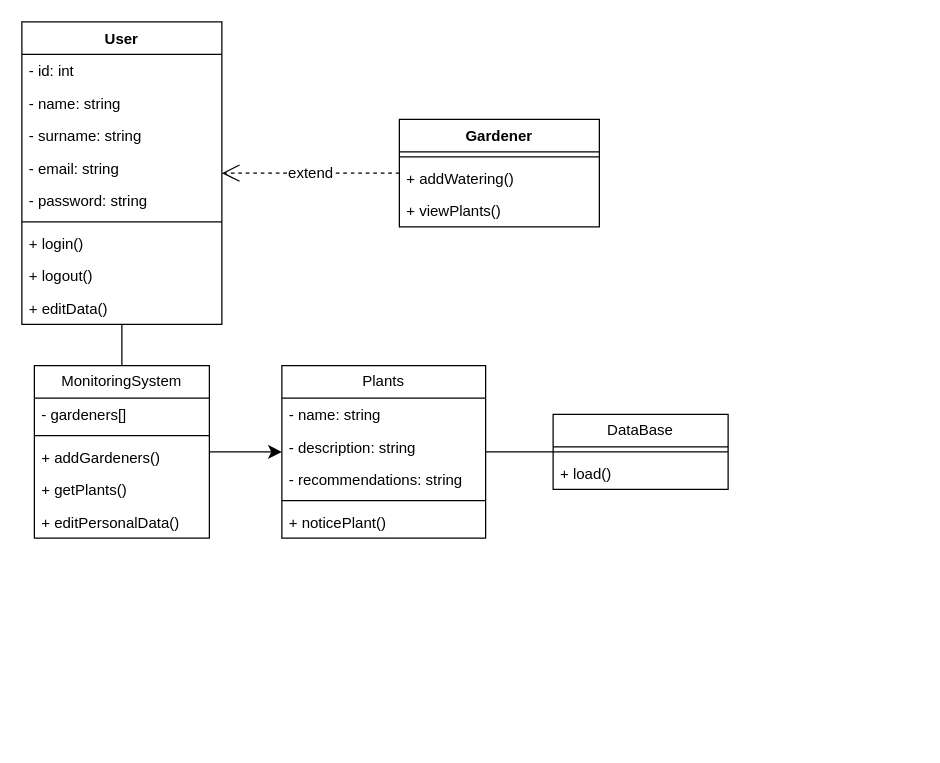
BLOODPR1NCE/PlantDoctor keeps this draw.io diagram as UML-диаграммы/Classi.drawio. Above is the earlier version. Source tidied: cells renumbered, new cells numbered last; positions are measured from the earlier drawing's top-left corner, leaving out a move shared by most shapes. Both pictures are drawn from the tidied source at 125%, with x=0, y=0 at pixel (21, 21).
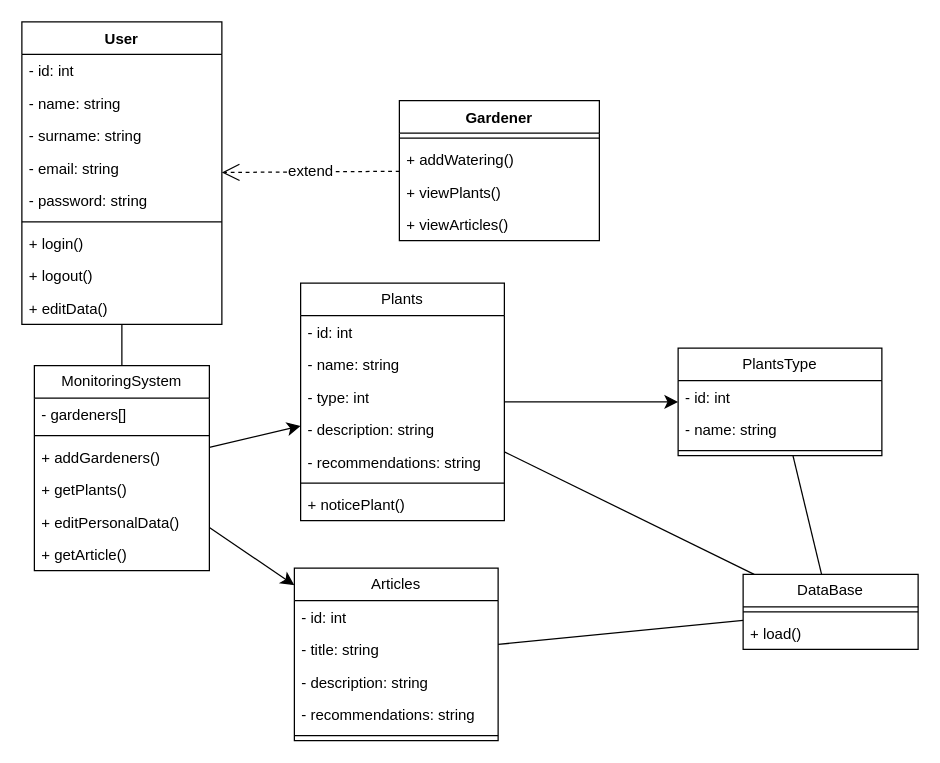
After the change.

Change to the diagram source:
```diff
@@
     <mxCell id="3" value="Gardener" style="swimlane;fontStyle=1;align=center;verticalAlign=top;horizontal=1;startSize=26;whiteSpace=wrap;html=1;fontFamily=Helvetica;fontSize=12;fontColor=default;labelBackgroundColor=default;" parent="1" vertex="1">
-      <mxGeometry x="302" y="78" width="160" height="86" as="geometry" />
+      <mxGeometry x="302" y="63" width="160" height="112" as="geometry" />
     </mxCell>
@@
+    <mxCell id="35" value="+ viewArticles()" style="text;strokeColor=none;fillColor=none;align=left;verticalAlign=top;spacingLeft=4;spacingRight=4;overflow=hidden;whiteSpace=wrap;html=1;fontFamily=Helvetica;fontSize=12;fontColor=default;labelBackgroundColor=default;" parent="3" vertex="1">
+      <mxGeometry y="86" width="160" height="26" as="geometry" />
+    </mxCell>
@@
     <mxCell id="8" value="MonitoringSystem" style="swimlane;fontStyle=0;horizontal=1;startSize=26;fillColor=none;whiteSpace=wrap;html=1;fontFamily=Helvetica;fontSize=12;fontColor=default;labelBackgroundColor=default;" parent="1" vertex="1">
-      <mxGeometry x="10" y="275" width="140" height="138" as="geometry" />
+      <mxGeometry x="10" y="275" width="140" height="164" as="geometry" />
     </mxCell>
@@
+    <mxCell id="36" value="+ getArticle()" style="text;strokeColor=none;fillColor=none;align=left;verticalAlign=top;spacingLeft=4;spacingRight=4;overflow=hidden;whiteSpace=wrap;html=1;fontFamily=Helvetica;fontSize=12;fontColor=default;labelBackgroundColor=default;" parent="8" vertex="1">
+      <mxGeometry y="138" width="140" height="26" as="geometry" />
+    </mxCell>
     <mxCell id="14" value="DataBase" style="swimlane;fontStyle=0;horizontal=1;startSize=26;fillColor=none;whiteSpace=wrap;html=1;fontFamily=Helvetica;fontSize=12;fontColor=default;labelBackgroundColor=default;" parent="1" vertex="1">
-      <mxGeometry x="425" y="314" width="140" height="60" as="geometry" />
+      <mxGeometry x="577" y="442" width="140" height="60" as="geometry" />
     </mxCell>
@@
-    <mxCell id="17" style="edgeStyle=none;shape=connector;curved=1;rounded=0;jettySize=auto;html=1;strokeColor=default;align=center;verticalAlign=middle;fontFamily=Helvetica;fontSize=12;fontColor=default;labelBackgroundColor=default;startFill=0;startSize=8;endArrow=none;endSize=8;" parent="1" edge="1" source="18" target="14">
-      <mxGeometry relative="1" as="geometry" />
-    </mxCell>
     <mxCell id="18" value="Plants" style="swimlane;fontStyle=0;horizontal=1;startSize=26;fillColor=none;whiteSpace=wrap;html=1;fontFamily=Helvetica;fontSize=12;fontColor=default;labelBackgroundColor=default;" parent="1" vertex="1">
-      <mxGeometry x="208" y="275" width="163" height="138" as="geometry" />
+      <mxGeometry x="223" y="209" width="163" height="190" as="geometry" />
     </mxCell>
+    <mxCell id="37" value="- id: int" style="text;strokeColor=none;fillColor=none;align=left;verticalAlign=top;spacingLeft=4;spacingRight=4;overflow=hidden;whiteSpace=wrap;html=1;fontFamily=Helvetica;fontSize=12;fontColor=default;labelBackgroundColor=default;" parent="18" vertex="1">
+      <mxGeometry y="26" width="163" height="26" as="geometry" />
+    </mxCell>
     <mxCell id="19" value="- name: string" style="text;strokeColor=none;fillColor=none;align=left;verticalAlign=top;spacingLeft=4;spacingRight=4;overflow=hidden;whiteSpace=wrap;html=1;fontFamily=Helvetica;fontSize=12;fontColor=default;labelBackgroundColor=default;" parent="18" vertex="1">
-      <mxGeometry y="26" width="163" height="26" as="geometry" />
+      <mxGeometry y="52" width="163" height="26" as="geometry" />
     </mxCell>
+    <mxCell id="38" value="- type: int" style="text;strokeColor=none;fillColor=none;align=left;verticalAlign=top;spacingLeft=4;spacingRight=4;overflow=hidden;whiteSpace=wrap;html=1;fontFamily=Helvetica;fontSize=12;fontColor=default;labelBackgroundColor=default;" parent="18" vertex="1">
+      <mxGeometry y="78" width="163" height="26" as="geometry" />
+    </mxCell>
     <mxCell id="20" value="- description: string" style="text;strokeColor=none;fillColor=none;align=left;verticalAlign=top;spacingLeft=4;spacingRight=4;overflow=hidden;whiteSpace=wrap;html=1;fontFamily=Helvetica;fontSize=12;fontColor=default;labelBackgroundColor=default;" parent="18" vertex="1">
-      <mxGeometry y="52" width="163" height="26" as="geometry" />
+      <mxGeometry y="104" width="163" height="26" as="geometry" />
     </mxCell>
     <mxCell id="21" value="- recommendations: string" style="text;strokeColor=none;fillColor=none;align=left;verticalAlign=top;spacingLeft=4;spacingRight=4;overflow=hidden;whiteSpace=wrap;html=1;fontFamily=Helvetica;fontSize=12;fontColor=default;labelBackgroundColor=default;" parent="18" vertex="1">
-      <mxGeometry y="78" width="163" height="26" as="geometry" />
+      <mxGeometry y="130" width="163" height="26" as="geometry" />
     </mxCell>
     <mxCell id="22" style="line;strokeWidth=1;fillColor=none;align=left;verticalAlign=middle;spacingTop=-1;spacingLeft=3;spacingRight=3;labelPosition=right;strokeColor=inherit;fontFamily=Helvetica;fontSize=12;fontColor=default;labelBackgroundColor=default;" parent="18" vertex="1">
-      <mxGeometry y="104" width="163" height="8" as="geometry" />
+      <mxGeometry y="156" width="163" height="8" as="geometry" />
     </mxCell>
     <mxCell id="23" value="+ noticePlant()" style="text;strokeColor=none;fillColor=none;align=left;verticalAlign=top;spacingLeft=4;spacingRight=4;overflow=hidden;whiteSpace=wrap;html=1;fontFamily=Helvetica;fontSize=12;fontColor=default;labelBackgroundColor=default;" parent="18" vertex="1">
-      <mxGeometry y="112" width="163" height="26" as="geometry" />
+      <mxGeometry y="164" width="163" height="26" as="geometry" />
     </mxCell>
@@
+    <mxCell id="39" value="Articles" style="swimlane;fontStyle=0;horizontal=1;startSize=26;fillColor=none;whiteSpace=wrap;html=1;fontFamily=Helvetica;fontSize=12;fontColor=default;labelBackgroundColor=default;" parent="1" vertex="1">
+      <mxGeometry x="218" y="437" width="163" height="138" as="geometry" />
+    </mxCell>
+    <mxCell id="40" value="- id: int" style="text;strokeColor=none;fillColor=none;align=left;verticalAlign=top;spacingLeft=4;spacingRight=4;overflow=hidden;whiteSpace=wrap;html=1;fontFamily=Helvetica;fontSize=12;fontColor=default;labelBackgroundColor=default;" parent="39" vertex="1">
+      <mxGeometry y="26" width="163" height="26" as="geometry" />
+    </mxCell>
+    <mxCell id="41" value="- title: string" style="text;strokeColor=none;fillColor=none;align=left;verticalAlign=top;spacingLeft=4;spacingRight=4;overflow=hidden;whiteSpace=wrap;html=1;fontFamily=Helvetica;fontSize=12;fontColor=default;labelBackgroundColor=default;" parent="39" vertex="1">
+      <mxGeometry y="52" width="163" height="26" as="geometry" />
+    </mxCell>
+    <mxCell id="42" value="- description: string" style="text;strokeColor=none;fillColor=none;align=left;verticalAlign=top;spacingLeft=4;spacingRight=4;overflow=hidden;whiteSpace=wrap;html=1;fontFamily=Helvetica;fontSize=12;fontColor=default;labelBackgroundColor=default;" parent="39" vertex="1">
+      <mxGeometry y="78" width="163" height="26" as="geometry" />
+    </mxCell>
+    <mxCell id="43" value="- recommendations: string" style="text;strokeColor=none;fillColor=none;align=left;verticalAlign=top;spacingLeft=4;spacingRight=4;overflow=hidden;whiteSpace=wrap;html=1;fontFamily=Helvetica;fontSize=12;fontColor=default;labelBackgroundColor=default;" parent="39" vertex="1">
+      <mxGeometry y="104" width="163" height="26" as="geometry" />
+    </mxCell>
+    <mxCell id="44" style="line;strokeWidth=1;fillColor=none;align=left;verticalAlign=middle;spacingTop=-1;spacingLeft=3;spacingRight=3;labelPosition=right;strokeColor=inherit;fontFamily=Helvetica;fontSize=12;fontColor=default;labelBackgroundColor=default;" parent="39" vertex="1">
+      <mxGeometry y="130" width="163" height="8" as="geometry" />
+    </mxCell>
+    <mxCell id="45" style="shape=connector;rounded=0;jettySize=auto;html=1;strokeColor=default;align=center;verticalAlign=middle;fontFamily=Helvetica;fontSize=12;fontColor=default;labelBackgroundColor=default;startFill=0;startSize=8;endArrow=classic;endSize=8;endFill=1;" parent="1" edge="1" source="8" target="39">
+      <mxGeometry relative="1" as="geometry" />
+    </mxCell>
+    <mxCell id="46" style="edgeStyle=none;shape=connector;curved=1;rounded=0;jettySize=auto;html=1;strokeColor=default;align=center;verticalAlign=middle;fontFamily=Helvetica;fontSize=12;fontColor=default;labelBackgroundColor=default;startFill=0;startSize=8;endArrow=none;endSize=8;" parent="1" edge="1" source="39" target="14">
+      <mxGeometry relative="1" as="geometry" />
+    </mxCell>
+    <mxCell id="47" value="PlantsType" style="swimlane;fontStyle=0;horizontal=1;startSize=26;fillColor=none;whiteSpace=wrap;html=1;fontFamily=Helvetica;fontSize=12;fontColor=default;labelBackgroundColor=default;" parent="1" vertex="1">
+      <mxGeometry x="525" y="261" width="163" height="86" as="geometry" />
+    </mxCell>
+    <mxCell id="48" value="- id: int" style="text;strokeColor=none;fillColor=none;align=left;verticalAlign=top;spacingLeft=4;spacingRight=4;overflow=hidden;whiteSpace=wrap;html=1;fontFamily=Helvetica;fontSize=12;fontColor=default;labelBackgroundColor=default;" parent="47" vertex="1">
+      <mxGeometry y="26" width="163" height="26" as="geometry" />
+    </mxCell>
+    <mxCell id="49" value="- name: string" style="text;strokeColor=none;fillColor=none;align=left;verticalAlign=top;spacingLeft=4;spacingRight=4;overflow=hidden;whiteSpace=wrap;html=1;fontFamily=Helvetica;fontSize=12;fontColor=default;labelBackgroundColor=default;" parent="47" vertex="1">
+      <mxGeometry y="52" width="163" height="26" as="geometry" />
+    </mxCell>
+    <mxCell id="50" style="line;strokeWidth=1;fillColor=none;align=left;verticalAlign=middle;spacingTop=-1;spacingLeft=3;spacingRight=3;labelPosition=right;strokeColor=inherit;fontFamily=Helvetica;fontSize=12;fontColor=default;labelBackgroundColor=default;" parent="47" vertex="1">
+      <mxGeometry y="78" width="163" height="8" as="geometry" />
+    </mxCell>
+    <mxCell id="51" style="shape=connector;rounded=0;jettySize=auto;html=1;strokeColor=default;align=center;verticalAlign=middle;fontFamily=Helvetica;fontSize=12;fontColor=default;labelBackgroundColor=default;startFill=0;startSize=8;endArrow=classic;endSize=8;endFill=1;" parent="1" edge="1" source="18" target="47">
+      <mxGeometry relative="1" as="geometry" />
+    </mxCell>
+    <mxCell id="17" style="edgeStyle=none;shape=connector;curved=1;rounded=0;jettySize=auto;html=1;strokeColor=default;align=center;verticalAlign=middle;fontFamily=Helvetica;fontSize=12;fontColor=default;labelBackgroundColor=default;startFill=0;startSize=8;endArrow=none;endSize=8;" parent="1" edge="1" source="18" target="14">
+      <mxGeometry relative="1" as="geometry" />
+    </mxCell>
+    <mxCell id="52" style="edgeStyle=none;shape=connector;curved=1;rounded=0;jettySize=auto;html=1;strokeColor=default;align=center;verticalAlign=middle;fontFamily=Helvetica;fontSize=12;fontColor=default;labelBackgroundColor=default;startFill=0;startSize=8;endArrow=none;endSize=8;" parent="1" edge="1" source="47" target="14">
+      <mxGeometry relative="1" as="geometry" />
+    </mxCell>
```
